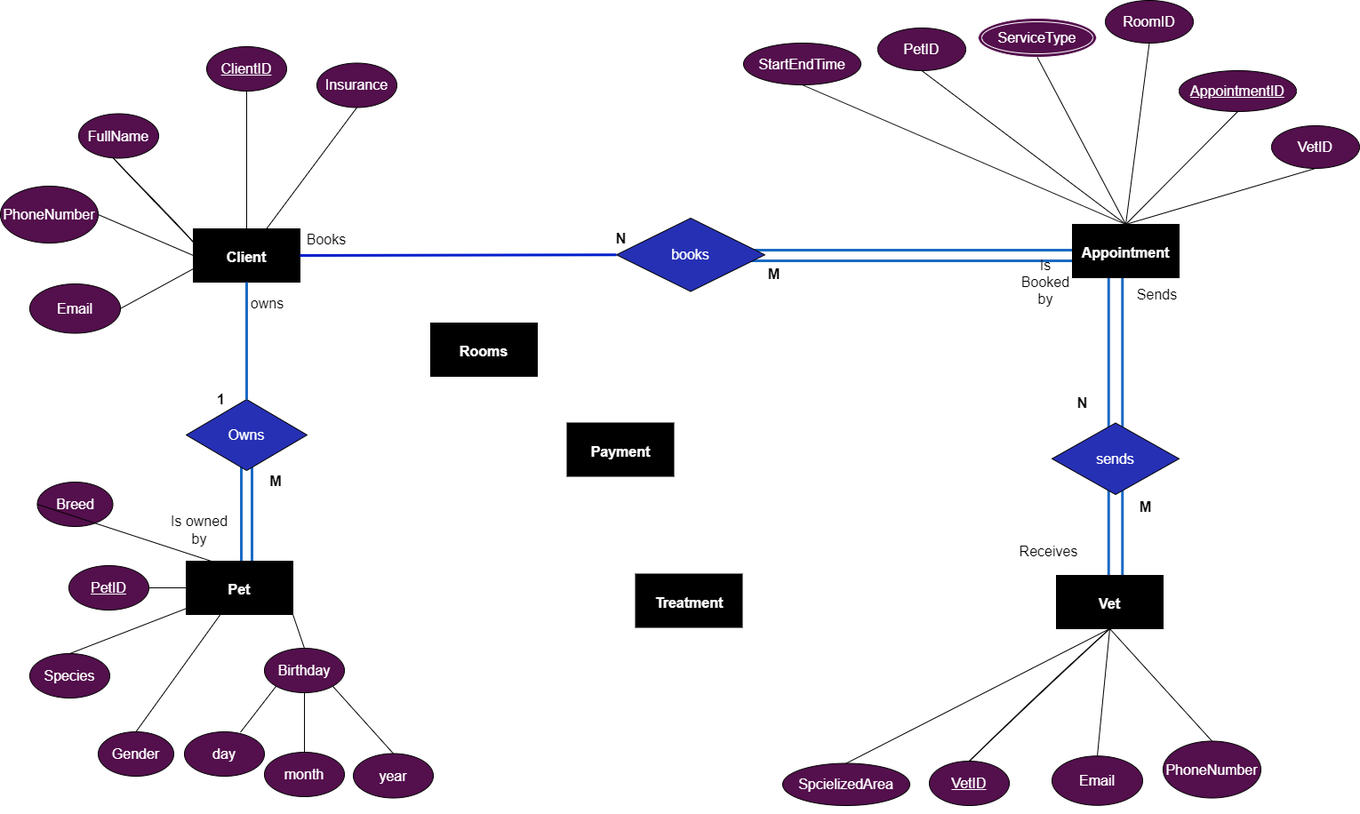
Earlier version of the draw.io export PetClinic.drawio.png (tomztz/SQL-Pet-Clinic). Source tidied: cells renumbered, new cells last; positions are measured from the earlier drawing's top-left corner, leaving out a move shared by most shapes.
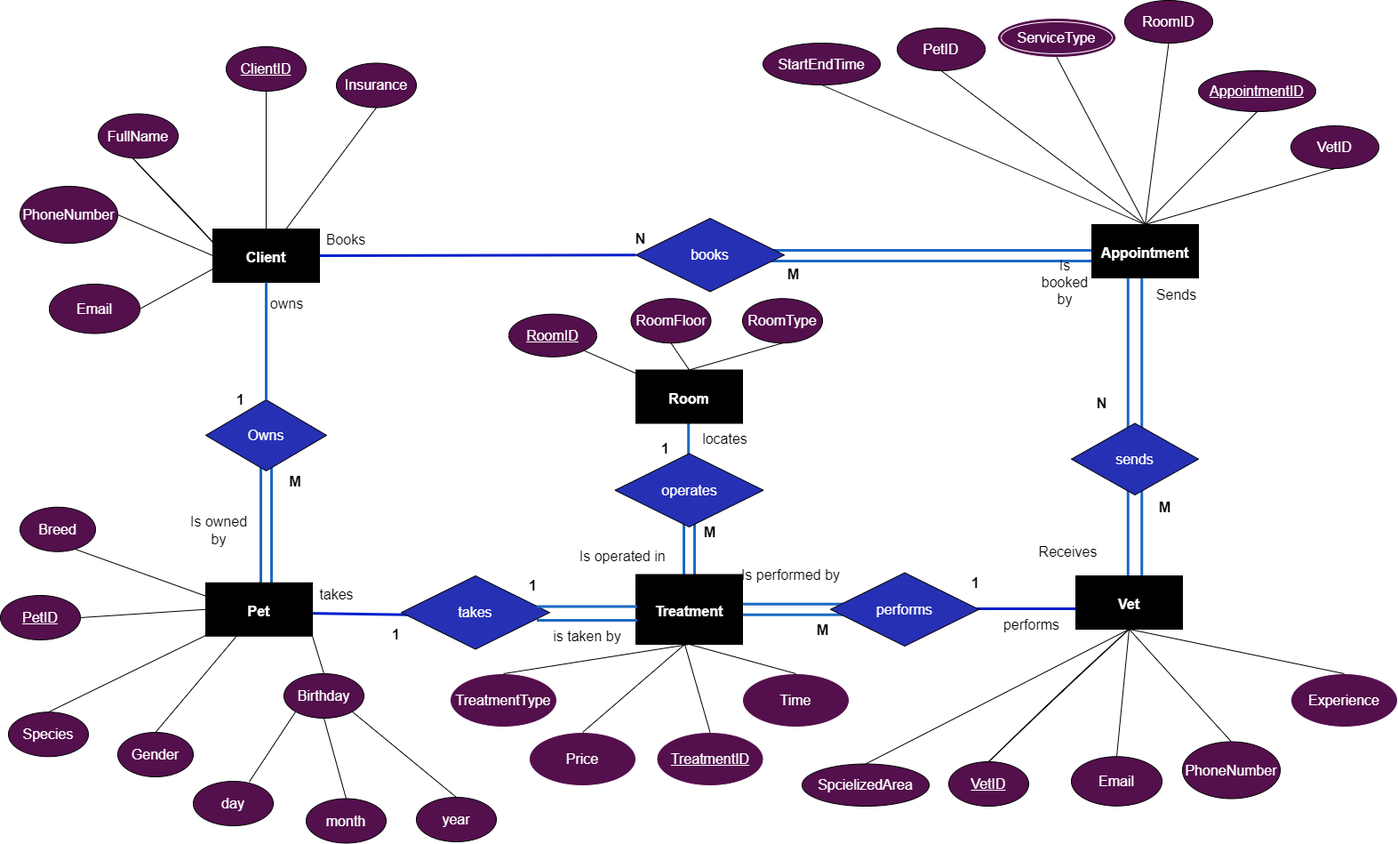
After the commit.

The edit, as a diff of the source:
```diff
@@ -4,2 +4,29 @@
     <mxCell id="1" parent="0" />
+    <mxCell id="78" style="endArrow=none;html=1;rounded=0;shadow=0;sketch=0;fontSize=16;fontColor=#000000;startSize=6;endSize=6;sourcePerimeterSpacing=0;targetPerimeterSpacing=0;strokeColor=#001FCC;strokeWidth=3;jumpSize=6;fillColor=#0050ef;" parent="1" edge="1">
+      <mxGeometry relative="1" as="geometry">
+        <mxPoint x="319" y="689" as="sourcePoint" />
+        <mxPoint x="451" y="691" as="targetPoint" />
+      </mxGeometry>
+    </mxCell>
+    <mxCell id="79" style="shape=partialRectangle;whiteSpace=wrap;html=1;bottom=0;top=0;fillColor=none;fontSize=16;fontColor=#0F0FAB;strokeColor=#1B6AC4;perimeterSpacing=1;labelBorderColor=none;strokeWidth=3;direction=south;" parent="1" vertex="1">
+      <mxGeometry x="803" y="678.8" width="153" height="12" as="geometry" />
+    </mxCell>
+    <mxCell id="58" style="endArrow=none;html=1;rounded=0;shadow=0;sketch=0;fontSize=16;fontColor=#FFFFFF;startSize=6;endSize=6;sourcePerimeterSpacing=0;targetPerimeterSpacing=0;strokeColor=#000000;strokeWidth=1;jumpSize=6;exitX=0;exitY=0.25;exitDx=0;exitDy=0;entryX=0;entryY=0.5;entryDx=0;entryDy=0;" parent="1" edge="1" source="11" target="57">
+      <mxGeometry relative="1" as="geometry" />
+    </mxCell>
+    <mxCell id="80" style="endArrow=none;html=1;rounded=0;shadow=0;sketch=0;fontSize=16;fontColor=#000000;startSize=6;endSize=6;sourcePerimeterSpacing=0;targetPerimeterSpacing=0;strokeColor=#001FCC;strokeWidth=3;jumpSize=6;fillColor=#0050ef;" parent="1" edge="1">
+      <mxGeometry relative="1" as="geometry">
+        <mxPoint x="1056" y="684" as="sourcePoint" />
+        <mxPoint x="1199" y="684" as="targetPoint" />
+      </mxGeometry>
+    </mxCell>
+    <mxCell id="81" style="endArrow=none;html=1;rounded=0;sketch=0;fontSize=16;fontColor=#000000;startSize=6;endSize=6;sourcePerimeterSpacing=0;targetPerimeterSpacing=0;strokeColor=#1B6AC4;strokeWidth=3;jumpSize=6;entryX=0.5;entryY=1;entryDx=0;entryDy=0;fillColor=#0050ef;shadow=0;" parent="1" edge="1">
+      <mxGeometry relative="1" as="geometry">
+        <mxPoint x="752.2" y="559" as="sourcePoint" />
+        <mxPoint x="752.2" y="427" as="targetPoint" />
+      </mxGeometry>
+    </mxCell>
+    <mxCell id="82" style="shape=partialRectangle;whiteSpace=wrap;html=1;bottom=0;top=0;fillColor=none;fontSize=16;fontColor=#0F0FAB;strokeColor=#1B6AC4;perimeterSpacing=1;labelBorderColor=none;strokeWidth=3;" parent="1" vertex="1">
+      <mxGeometry x="747" y="537" width="12" height="115.5" as="geometry" />
+    </mxCell>
     <mxCell id="2" style="shape=partialRectangle;whiteSpace=wrap;html=1;top=0;bottom=0;fillColor=none;labelBorderColor=none;fontSize=16;fontColor=#000000;strokeColor=#1B6AC4;strokeWidth=3;direction=west;" parent="1" vertex="1">
@@ -20,3 +47,3 @@
     <mxCell id="7" style="shape=partialRectangle;whiteSpace=wrap;html=1;bottom=0;top=0;fillColor=none;fontSize=16;fontColor=#0F0FAB;strokeColor=#1B6AC4;perimeterSpacing=1;labelBorderColor=none;strokeWidth=3;" parent="1" vertex="1">
-      <mxGeometry x="271" y="504" width="12" height="143" as="geometry" />
+      <mxGeometry x="271" y="504" width="12" height="165" as="geometry" />
     </mxCell>
@@ -28,7 +55,7 @@
     </mxCell>
-    <mxCell id="10" value="&lt;h1&gt;&lt;b&gt;&lt;font style=&quot;font-size: 16px&quot;&gt;Rooms&lt;/font&gt;&lt;/b&gt;&lt;/h1&gt;" style="rounded=0;whiteSpace=wrap;html=1;fillColor=#000000;fontColor=#FFFFFF;" parent="1" vertex="1">
-      <mxGeometry x="484" y="363" width="120" height="60" as="geometry" />
+    <mxCell id="10" value="&lt;h1&gt;&lt;b&gt;&lt;font style=&quot;font-size: 16px&quot;&gt;Room&lt;/font&gt;&lt;/b&gt;&lt;/h1&gt;" style="rounded=0;whiteSpace=wrap;html=1;fillColor=#000000;fontColor=#FFFFFF;" parent="1" vertex="1">
+      <mxGeometry x="693" y="415.5" width="120" height="60" as="geometry" />
     </mxCell>
     <mxCell id="11" value="&lt;h1&gt;&lt;span style=&quot;font-size: 16px&quot;&gt;Pet&lt;/span&gt;&lt;/h1&gt;" style="rounded=0;whiteSpace=wrap;html=1;fillColor=#000000;fontColor=#FFFFFF;" parent="1" vertex="1">
-      <mxGeometry x="209" y="631" width="120" height="60" as="geometry" />
+      <mxGeometry x="209" y="654.8" width="120" height="60" as="geometry" />
     </mxCell>
@@ -37,5 +64,2 @@
     </mxCell>
-    <mxCell id="13" value="&lt;h1&gt;&lt;span style=&quot;font-size: 16px&quot;&gt;Payment&lt;/span&gt;&lt;/h1&gt;" style="rounded=0;whiteSpace=wrap;html=1;fillColor=#000000;fontColor=#FFFFFF;" parent="1" vertex="1">
-      <mxGeometry x="637.5" y="475.5" width="120" height="60" as="geometry" />
-    </mxCell>
     <mxCell id="14" value="FullName" style="ellipse;whiteSpace=wrap;html=1;fontSize=16;fontColor=#FFFFFF;fillColor=#540F4D;" parent="1" vertex="1">
@@ -59,3 +83,3 @@
     <mxCell id="20" value="Species" style="ellipse;whiteSpace=wrap;html=1;fontSize=16;fontColor=#FFFFFF;fillColor=#540F4D;" parent="1" vertex="1">
-      <mxGeometry x="33" y="735" width="90" height="50" as="geometry" />
+      <mxGeometry x="-13" y="800.2" width="90" height="50" as="geometry" />
     </mxCell>
@@ -74,12 +98,12 @@
     <mxCell id="25" value="Birthday" style="ellipse;whiteSpace=wrap;html=1;fontSize=16;fontColor=#FFFFFF;fillColor=#540F4D;" parent="1" vertex="1">
-      <mxGeometry x="297" y="729" width="90" height="50" as="geometry" />
+      <mxGeometry x="297" y="757" width="90" height="50" as="geometry" />
     </mxCell>
     <mxCell id="26" value="day" style="ellipse;whiteSpace=wrap;html=1;fontSize=16;fontColor=#FFFFFF;fillColor=#540F4D;" parent="1" vertex="1">
-      <mxGeometry x="207" y="823" width="90" height="50" as="geometry" />
+      <mxGeometry x="195" y="878" width="90" height="50" as="geometry" />
     </mxCell>
     <mxCell id="27" value="month" style="ellipse;whiteSpace=wrap;html=1;fontSize=16;fontColor=#FFFFFF;fillColor=#540F4D;" parent="1" vertex="1">
-      <mxGeometry x="297" y="846" width="90" height="50" as="geometry" />
+      <mxGeometry x="322" y="897.5" width="90" height="50" as="geometry" />
     </mxCell>
     <mxCell id="28" value="year" style="ellipse;whiteSpace=wrap;html=1;fontSize=16;fontColor=#FFFFFF;fillColor=#540F4D;" parent="1" vertex="1">
-      <mxGeometry x="397" y="847.5" width="90" height="50" as="geometry" />
+      <mxGeometry x="446" y="896" width="90" height="50" as="geometry" />
     </mxCell>
@@ -98,3 +122,3 @@
     <mxCell id="33" value="&lt;u&gt;PetID&lt;/u&gt;" style="ellipse;whiteSpace=wrap;html=1;fontSize=16;fontColor=#FFFFFF;fillColor=#540F4D;direction=west;" parent="1" vertex="1">
-      <mxGeometry x="77" y="636" width="90" height="50" as="geometry" />
+      <mxGeometry x="-22" y="669" width="90" height="50" as="geometry" />
     </mxCell>
@@ -154,3 +178,3 @@
     </mxCell>
-    <mxCell id="52" value="Is Booked by" style="text;html=1;strokeColor=none;fillColor=none;align=center;verticalAlign=middle;whiteSpace=wrap;rounded=0;labelBorderColor=none;fontSize=16;fontColor=#000000;" parent="1" vertex="1">
+    <mxCell id="52" value="Is booked by" style="text;html=1;strokeColor=none;fillColor=none;align=center;verticalAlign=middle;whiteSpace=wrap;rounded=0;labelBorderColor=none;fontSize=16;fontColor=#000000;" parent="1" vertex="1">
       <mxGeometry x="1146" y="300" width="60" height="33" as="geometry" />
@@ -170,7 +194,4 @@
     <mxCell id="57" value="Breed" style="ellipse;whiteSpace=wrap;html=1;fontSize=16;fontColor=#FFFFFF;fillColor=#540F4D;" parent="1" vertex="1">
-      <mxGeometry x="41.5" y="542" width="85" height="50" as="geometry" />
+      <mxGeometry y="569.8" width="85" height="50" as="geometry" />
     </mxCell>
-    <mxCell id="58" style="endArrow=none;html=1;rounded=0;shadow=0;sketch=0;fontSize=16;fontColor=#FFFFFF;startSize=6;endSize=6;sourcePerimeterSpacing=0;targetPerimeterSpacing=0;strokeColor=#000000;strokeWidth=1;jumpSize=6;exitX=1;exitY=0.5;exitDx=0;exitDy=0;entryX=0;entryY=0.5;entryDx=0;entryDy=0;" parent="1" edge="1" source="11" target="57">
-      <mxGeometry relative="1" as="geometry" />
-    </mxCell>
     <mxCell id="59" value="Email" style="ellipse;whiteSpace=wrap;html=1;fontSize=16;fontColor=#FFFFFF;fillColor=#540F4D;" parent="1" vertex="1">
@@ -230,4 +251,104 @@
     <mxCell id="77" value="&lt;h1&gt;&lt;span style=&quot;font-size: 16px&quot;&gt;Treatment&lt;/span&gt;&lt;/h1&gt;" style="rounded=0;whiteSpace=wrap;html=1;fillColor=#000000;fontColor=#FFFFFF;" parent="1" vertex="1">
-      <mxGeometry x="714.5" y="645.5" width="120" height="60" as="geometry" />
+      <mxGeometry x="693" y="645.5" width="120" height="78.5" as="geometry" />
     </mxCell>
+    <mxCell id="83" value="operates" style="rhombus;whiteSpace=wrap;html=1;fontSize=16;fontColor=#FFFFFF;fillColor=#2630B5;" parent="1" vertex="1">
+      <mxGeometry x="669.5" y="509.5" width="167" height="82.5" as="geometry" />
+    </mxCell>
+    <mxCell id="84" value="performs" style="rhombus;whiteSpace=wrap;html=1;fontSize=16;fontColor=#FFFFFF;fillColor=#2630B5;" parent="1" vertex="1">
+      <mxGeometry x="912" y="643.5" width="167" height="82.5" as="geometry" />
+    </mxCell>
+    <mxCell id="85" value="&lt;span style=&quot;white-space: pre&quot;&gt;&#9;&lt;/span&gt;Is operated in" style="text;html=1;align=center;verticalAlign=middle;strokeColor=none;fillColor=none;fontSize=16;fontColor=#000000;" parent="1" vertex="1">
+      <mxGeometry x="583" y="614" width="154" height="22" as="geometry" />
+    </mxCell>
+    <mxCell id="86" value="&lt;b&gt;1&lt;/b&gt;" style="text;html=1;align=center;verticalAlign=middle;strokeColor=none;fillColor=none;fontSize=16;fontColor=#000000;" parent="1" vertex="1">
+      <mxGeometry x="714.5" y="493" width="22" height="22" as="geometry" />
+    </mxCell>
+    <mxCell id="87" value="locates" style="text;html=1;align=center;verticalAlign=middle;strokeColor=none;fillColor=none;fontSize=16;fontColor=#000000;" parent="1" vertex="1">
+      <mxGeometry x="759.5" y="482" width="66" height="22" as="geometry" />
+    </mxCell>
+    <mxCell id="88" value="&lt;b&gt;M&lt;/b&gt;" style="text;html=1;align=center;verticalAlign=middle;strokeColor=none;fillColor=none;fontSize=16;fontColor=#000000;" parent="1" vertex="1">
+      <mxGeometry x="759" y="587" width="33" height="22" as="geometry" />
+    </mxCell>
+    <mxCell id="89" value="performs" style="text;html=1;align=center;verticalAlign=middle;strokeColor=none;fillColor=none;fontSize=16;fontColor=#000000;" parent="1" vertex="1">
+      <mxGeometry x="1100" y="690.8" width="77" height="22" as="geometry" />
+    </mxCell>
+    <mxCell id="90" value="&lt;b&gt;1&lt;/b&gt;" style="text;html=1;align=center;verticalAlign=middle;strokeColor=none;fillColor=none;fontSize=16;fontColor=#000000;" parent="1" vertex="1">
+      <mxGeometry x="1064" y="643.5" width="22" height="22" as="geometry" />
+    </mxCell>
+    <mxCell id="91" value="&lt;b&gt;M&lt;/b&gt;" style="text;html=1;align=center;verticalAlign=middle;strokeColor=none;fillColor=none;fontSize=16;fontColor=#000000;" parent="1" vertex="1">
+      <mxGeometry x="886" y="697" width="33" height="22" as="geometry" />
+    </mxCell>
+    <mxCell id="92" value="Is performed by" style="text;html=1;align=center;verticalAlign=middle;strokeColor=none;fillColor=none;fontSize=16;fontColor=#000000;" parent="1" vertex="1">
+      <mxGeometry x="801" y="635" width="132" height="22" as="geometry" />
+    </mxCell>
+    <mxCell id="93" value="takes" style="rhombus;whiteSpace=wrap;html=1;fontSize=16;fontColor=#FFFFFF;fillColor=#2630B5;" parent="1" vertex="1">
+      <mxGeometry x="429" y="647" width="167" height="82.5" as="geometry" />
+    </mxCell>
+    <mxCell id="94" style="shape=partialRectangle;whiteSpace=wrap;html=1;top=0;bottom=0;fillColor=none;labelBorderColor=none;fontSize=16;fontColor=#000000;strokeColor=#1B6AC4;strokeWidth=3;direction=north;" parent="1" vertex="1">
+      <mxGeometry x="583" y="681.5" width="110" height="15.5" as="geometry" />
+    </mxCell>
+    <mxCell id="95" value="is taken by" style="text;html=1;align=center;verticalAlign=middle;strokeColor=none;fillColor=none;fontSize=16;fontColor=#000000;" parent="1" vertex="1">
+      <mxGeometry x="588.5" y="704" width="99" height="22" as="geometry" />
+    </mxCell>
+    <mxCell id="96" value="takes" style="text;html=1;align=center;verticalAlign=middle;strokeColor=none;fillColor=none;fontSize=16;fontColor=#000000;" parent="1" vertex="1">
+      <mxGeometry x="328.5" y="657" width="55" height="22" as="geometry" />
+    </mxCell>
+    <mxCell id="97" value="&lt;b&gt;1&lt;/b&gt;" style="text;html=1;align=center;verticalAlign=middle;strokeColor=none;fillColor=none;fontSize=16;fontColor=#000000;" parent="1" vertex="1">
+      <mxGeometry x="412" y="702" width="22" height="22" as="geometry" />
+    </mxCell>
+    <mxCell id="98" value="&lt;b&gt;1&lt;/b&gt;" style="text;html=1;align=center;verticalAlign=middle;strokeColor=none;fillColor=none;fontSize=16;fontColor=#000000;" parent="1" vertex="1">
+      <mxGeometry x="566.5" y="647" width="22" height="22" as="geometry" />
+    </mxCell>
+    <mxCell id="99" value="&lt;u&gt;RoomID&lt;/u&gt;" style="ellipse;whiteSpace=wrap;html=1;fontSize=16;fontColor=#FFFFFF;fillColor=#540F4D;" parent="1" vertex="1">
+      <mxGeometry x="550" y="352.8" width="99" height="48" as="geometry" />
+    </mxCell>
+    <mxCell id="100" style="endArrow=none;html=1;rounded=0;shadow=0;sketch=0;fontSize=16;fontColor=#000000;startSize=6;endSize=6;sourcePerimeterSpacing=0;targetPerimeterSpacing=0;strokeColor=#000000;strokeWidth=1;jumpSize=6;exitX=1;exitY=1;exitDx=0;exitDy=0;" parent="1" edge="1" source="99" target="10">
+      <mxGeometry relative="1" as="geometry" />
+    </mxCell>
+    <mxCell id="101" value="RoomFloor" style="ellipse;whiteSpace=wrap;html=1;fontSize=16;fontColor=#FFFFFF;fillColor=#540F4D;" parent="1" vertex="1">
+      <mxGeometry x="687.5" y="335.2" width="90" height="50" as="geometry" />
+    </mxCell>
+    <mxCell id="102" style="endArrow=none;html=1;rounded=0;shadow=0;sketch=0;fontSize=16;fontColor=#000000;startSize=6;endSize=6;sourcePerimeterSpacing=0;targetPerimeterSpacing=0;strokeColor=#000000;strokeWidth=1;jumpSize=6;entryX=0.5;entryY=0;entryDx=0;entryDy=0;exitX=0.5;exitY=1;exitDx=0;exitDy=0;" parent="1" edge="1" source="101" target="10">
+      <mxGeometry relative="1" as="geometry" />
+    </mxCell>
+    <mxCell id="103" value="RoomType" style="ellipse;whiteSpace=wrap;html=1;fontSize=16;fontColor=#FFFFFF;fillColor=#540F4D;" parent="1" vertex="1">
+      <mxGeometry x="813" y="335.2" width="90" height="50" as="geometry" />
+    </mxCell>
+    <mxCell id="104" style="endArrow=none;html=1;rounded=0;shadow=0;sketch=0;fontSize=16;fontColor=#000000;startSize=6;endSize=6;sourcePerimeterSpacing=0;targetPerimeterSpacing=0;strokeColor=#000000;strokeWidth=1;jumpSize=6;entryX=0.5;entryY=0;entryDx=0;entryDy=0;exitX=0.5;exitY=1;exitDx=0;exitDy=0;" parent="1" edge="1" source="103" target="10">
+      <mxGeometry relative="1" as="geometry" />
+    </mxCell>
+    <mxCell id="105" value="&lt;span style=&quot;color: rgb(255 , 255 , 255)&quot;&gt;TreatmentType&lt;/span&gt;" style="ellipse;whiteSpace=wrap;html=1;labelBorderColor=none;fontSize=16;fontColor=#000000;strokeColor=#FFFFFF;strokeWidth=1;fillColor=#540F4D;" parent="1" vertex="1">
+      <mxGeometry x="484" y="757" width="120" height="60" as="geometry" />
+    </mxCell>
+    <mxCell id="106" value="&lt;font color=&quot;#ffffff&quot;&gt;Price&lt;/font&gt;" style="ellipse;whiteSpace=wrap;html=1;labelBorderColor=none;fontSize=16;fontColor=#000000;strokeColor=#FFFFFF;strokeWidth=1;fillColor=#540F4D;" parent="1" vertex="1">
+      <mxGeometry x="573" y="823" width="120" height="60" as="geometry" />
+    </mxCell>
+    <mxCell id="107" value="&lt;span style=&quot;color: rgb(255 , 255 , 255)&quot;&gt;&lt;u&gt;TreatmentID&lt;/u&gt;&lt;/span&gt;" style="ellipse;whiteSpace=wrap;html=1;labelBorderColor=none;fontSize=16;fontColor=#000000;strokeColor=#FFFFFF;strokeWidth=1;fillColor=#540F4D;" parent="1" vertex="1">
+      <mxGeometry x="716.5" y="823" width="120" height="60" as="geometry" />
+    </mxCell>
+    <mxCell id="108" value="Experience" style="ellipse;whiteSpace=wrap;html=1;labelBorderColor=none;fontSize=16;fontColor=#FFFFFF;strokeColor=#FFFFFF;strokeWidth=1;fillColor=#540F4D;" parent="1" vertex="1">
+      <mxGeometry x="1430" y="757" width="120" height="60" as="geometry" />
+    </mxCell>
+    <mxCell id="109" style="endArrow=none;html=1;rounded=0;shadow=0;sketch=0;fontSize=16;fontColor=#FFFFFF;startSize=6;endSize=6;sourcePerimeterSpacing=0;targetPerimeterSpacing=0;strokeColor=#000000;strokeWidth=1;jumpSize=6;exitX=0.5;exitY=1;exitDx=0;exitDy=0;entryX=0.5;entryY=0;entryDx=0;entryDy=0;" parent="1" edge="1" source="9" target="108">
+      <mxGeometry relative="1" as="geometry" />
+    </mxCell>
+    <mxCell id="110" value="&lt;font color=&quot;#ffffff&quot;&gt;Time&lt;/font&gt;" style="ellipse;whiteSpace=wrap;html=1;labelBorderColor=none;fontSize=16;fontColor=#000000;strokeColor=#FFFFFF;strokeWidth=1;fillColor=#540F4D;" parent="1" vertex="1">
+      <mxGeometry x="813" y="757" width="120" height="60" as="geometry" />
+    </mxCell>
+    <mxCell id="111" style="endArrow=none;html=1;rounded=0;shadow=0;sketch=0;fontSize=16;fontColor=#FFFFFF;startSize=6;endSize=6;sourcePerimeterSpacing=0;targetPerimeterSpacing=0;strokeColor=#000000;strokeWidth=1;jumpSize=6;entryX=0.5;entryY=1;entryDx=0;entryDy=0;exitX=0.5;exitY=0;exitDx=0;exitDy=0;" parent="1" edge="1" source="105" target="77">
+      <mxGeometry relative="1" as="geometry" />
+    </mxCell>
+    <mxCell id="112" style="endArrow=none;html=1;rounded=0;shadow=0;sketch=0;fontSize=16;fontColor=#FFFFFF;startSize=6;endSize=6;sourcePerimeterSpacing=0;targetPerimeterSpacing=0;strokeColor=#000000;strokeWidth=1;jumpSize=6;entryX=0.5;entryY=0;entryDx=0;entryDy=0;" parent="1" edge="1" target="106">
+      <mxGeometry relative="1" as="geometry">
+        <mxPoint x="748" y="724" as="sourcePoint" />
+      </mxGeometry>
+    </mxCell>
+    <mxCell id="113" style="endArrow=none;html=1;rounded=0;shadow=0;sketch=0;fontSize=16;fontColor=#FFFFFF;startSize=6;endSize=6;sourcePerimeterSpacing=0;targetPerimeterSpacing=0;strokeColor=#000000;strokeWidth=1;jumpSize=6;entryX=0.5;entryY=0;entryDx=0;entryDy=0;" parent="1" edge="1" target="107">
+      <mxGeometry relative="1" as="geometry">
+        <mxPoint x="748" y="724" as="sourcePoint" />
+      </mxGeometry>
+    </mxCell>
+    <mxCell id="114" style="endArrow=none;html=1;rounded=0;shadow=0;sketch=0;fontSize=16;fontColor=#FFFFFF;startSize=6;endSize=6;sourcePerimeterSpacing=0;targetPerimeterSpacing=0;strokeColor=#000000;strokeWidth=1;jumpSize=6;entryX=0.5;entryY=0;entryDx=0;entryDy=0;exitX=0.5;exitY=1;exitDx=0;exitDy=0;" parent="1" edge="1" source="77" target="110">
+      <mxGeometry relative="1" as="geometry" />
+    </mxCell>
   </root>
```
